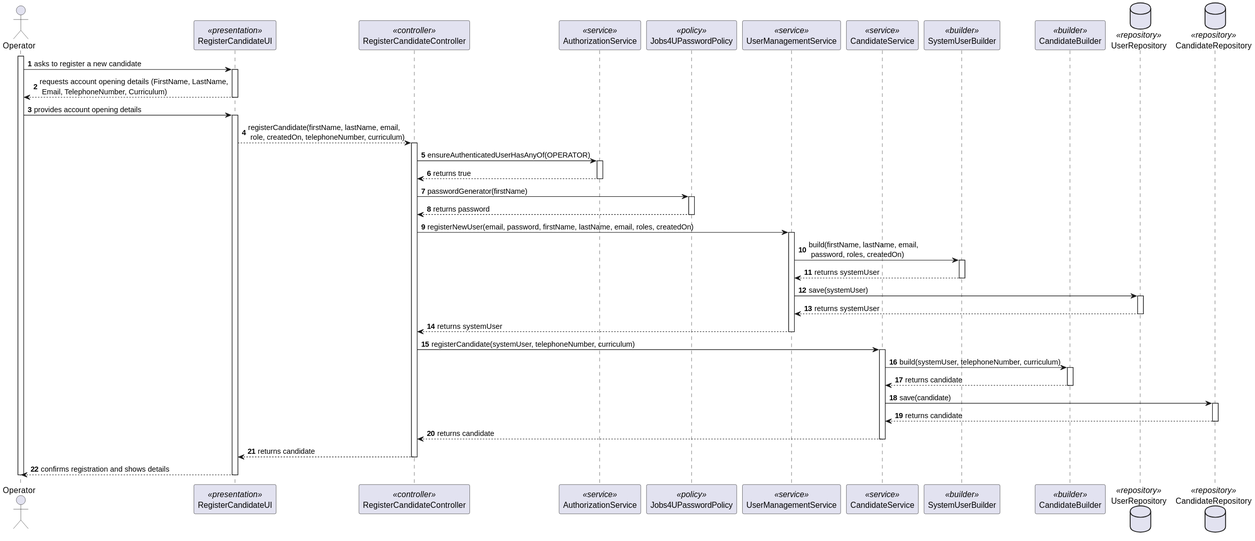
Before: docs/SprintB/2000a/2000a-sequence-diagram.svg, a diagram exported from PlantUML (MiguelCardoso77/LAPR4). Source of this version:
```plantuml
@startuml
autonumber

actor Operator

participant RegisterCandidateUI <<presentation>>
participant RegisterCandidateController <<controller>>

participant AuthorizationService <<service>>
participant Jobs4UPasswordPolicy <<policy>>

participant UserManagementService <<service>>
participant CandidateService <<service>>

participant SystemUserBuilder <<builder>>
participant CandidateBuilder <<builder>>

database UserRepository <<repository>>
database CandidateRepository <<repository>>

activate Operator

    Operator -> RegisterCandidateUI : asks to register a new candidate
    activate RegisterCandidateUI


       RegisterCandidateUI --> Operator : requests account opening details (FirstName, LastName,\n Email, TelephoneNumber, Curriculum)
    deactivate RegisterCandidateUI

    Operator -> RegisterCandidateUI : provides account opening details
    activate RegisterCandidateUI

       RegisterCandidateUI --> RegisterCandidateController : registerCandidate(firstName, lastName, email,\n role, createdOn, telephoneNumber, curriculum)
       activate RegisterCandidateController

             RegisterCandidateController -> AuthorizationService : ensureAuthenticatedUserHasAnyOf(OPERATOR)
             activate AuthorizationService

                AuthorizationService --> RegisterCandidateController : returns true
             deactivate AuthorizationService

             RegisterCandidateController -> Jobs4UPasswordPolicy : passwordGenerator(firstName)
             activate Jobs4UPasswordPolicy

                Jobs4UPasswordPolicy --> RegisterCandidateController : returns password
             deactivate Jobs4UPasswordPolicy

             RegisterCandidateController -> UserManagementService : registerNewUser(email, password, firstName, lastName, email, roles, createdOn)
             activate UserManagementService

                UserManagementService -> SystemUserBuilder : build(firstName, lastName, email,\n password, roles, createdOn)
                activate SystemUserBuilder

                    SystemUserBuilder --> UserManagementService : returns systemUser
                deactivate SystemUserBuilder

                UserManagementService -> UserRepository : save(systemUser)
                activate UserRepository

                    UserRepository --> UserManagementService : returns systemUser
                deactivate UserRepository

                UserManagementService --> RegisterCandidateController : returns systemUser
             deactivate UserManagementService

             RegisterCandidateController -> CandidateService : registerCandidate(systemUser, telephoneNumber, curriculum)
             activate CandidateService

                CandidateService -> CandidateBuilder : build(systemUser, telephoneNumber, curriculum)
                activate CandidateBuilder

                    CandidateBuilder --> CandidateService : returns candidate
                deactivate CandidateBuilder

                CandidateService -> CandidateRepository : save(candidate)
                activate CandidateRepository

                    CandidateRepository --> CandidateService : returns candidate
                deactivate CandidateRepository

                CandidateService --> RegisterCandidateController : returns candidate
             deactivate CandidateService

             RegisterCandidateController --> RegisterCandidateUI : returns candidate
       deactivate RegisterCandidateController

       RegisterCandidateUI --> Operator : confirms registration and shows details
    deactivate RegisterCandidateUI
deactivate Operator
@enduml
```
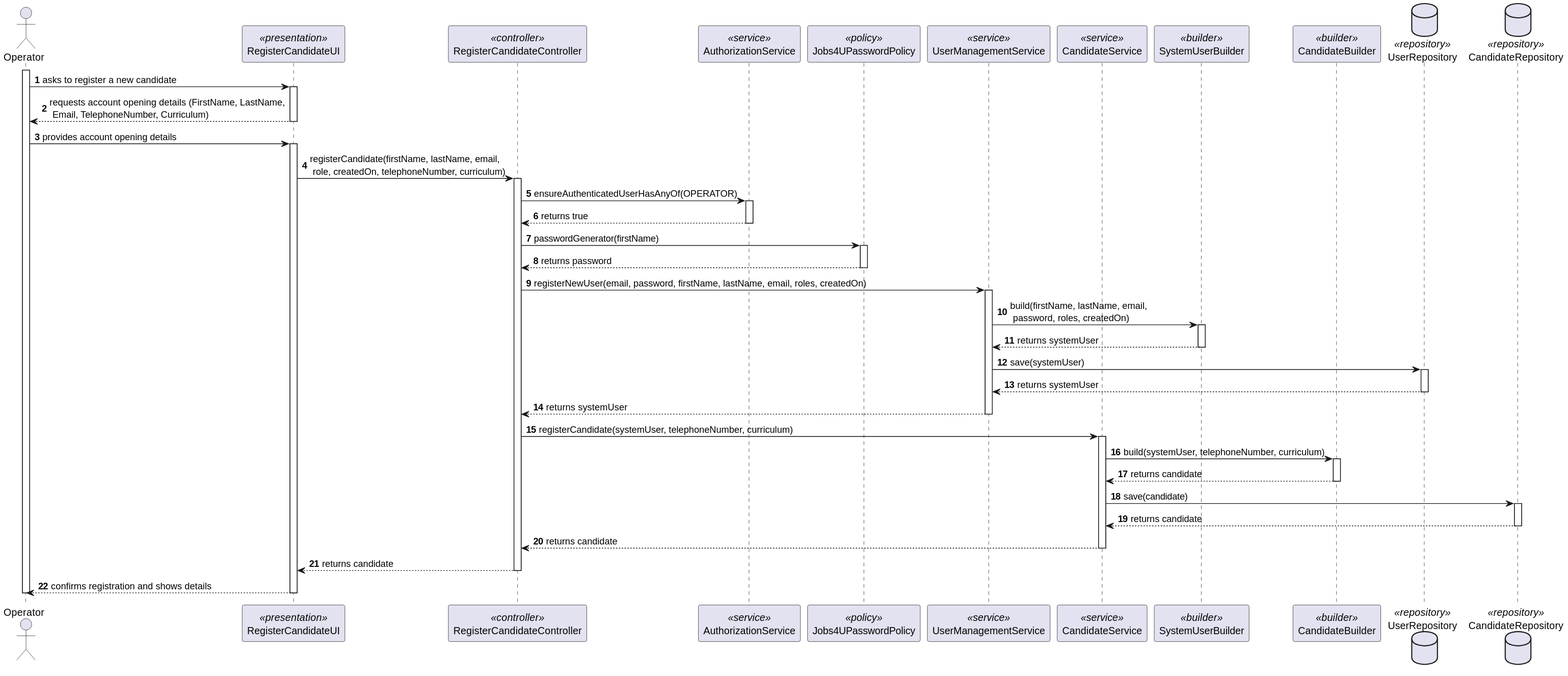
Above is the later version.

Diff of the diagram source:
```diff
@@ -30,7 +30,7 @@
     Operator -> RegisterCandidateUI : provides account opening details
     activate RegisterCandidateUI
 
-       RegisterCandidateUI --> RegisterCandidateController : registerCandidate(firstName, lastName, email,\n role, createdOn, telephoneNumber, curriculum)
+       RegisterCandidateUI -> RegisterCandidateController : registerCandidate(firstName, lastName, email,\n role, createdOn, telephoneNumber, curriculum)
        activate RegisterCandidateController
 
              RegisterCandidateController -> AuthorizationService : ensureAuthenticatedUserHasAnyOf(OPERATOR)
```
